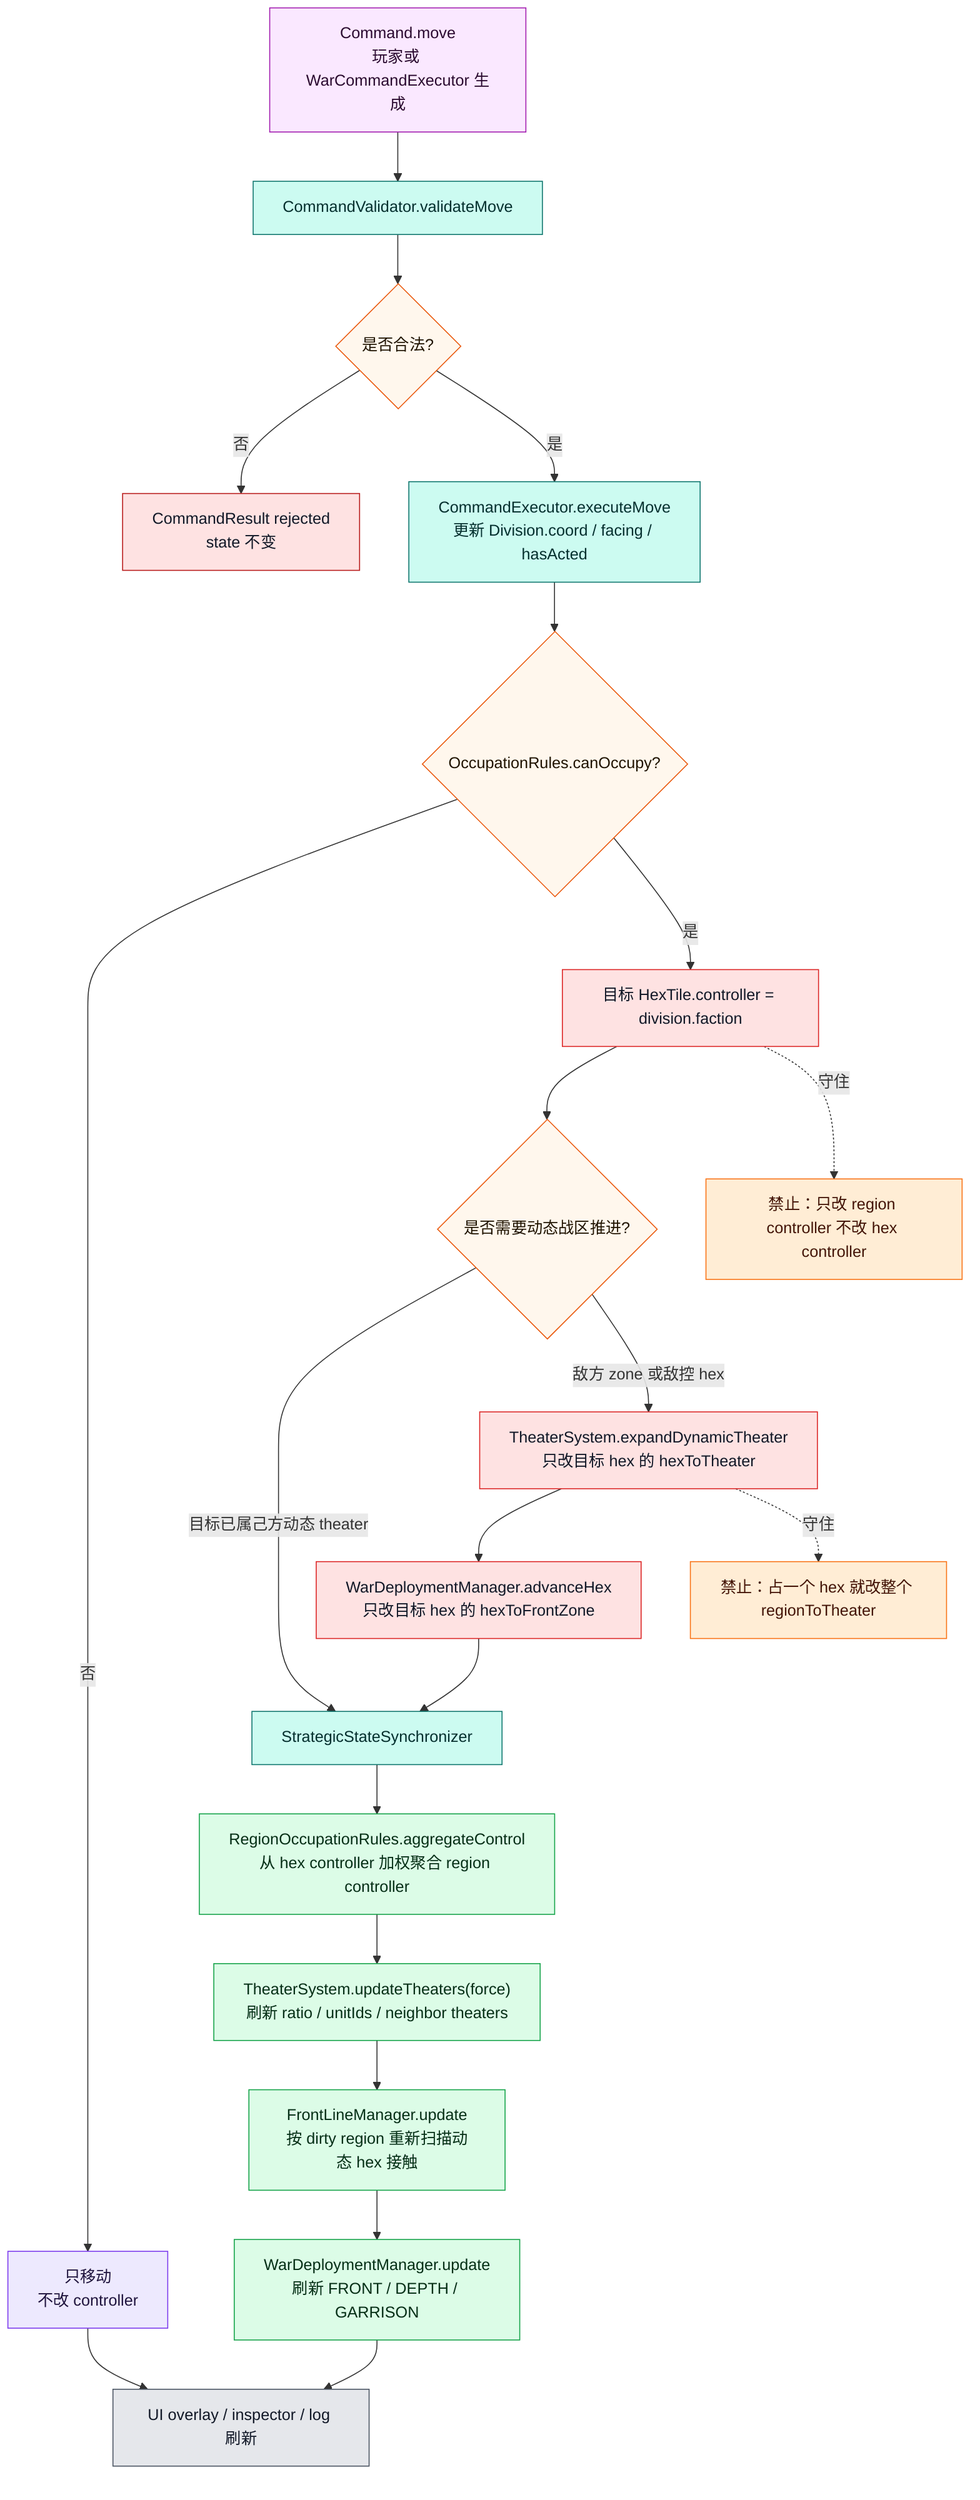
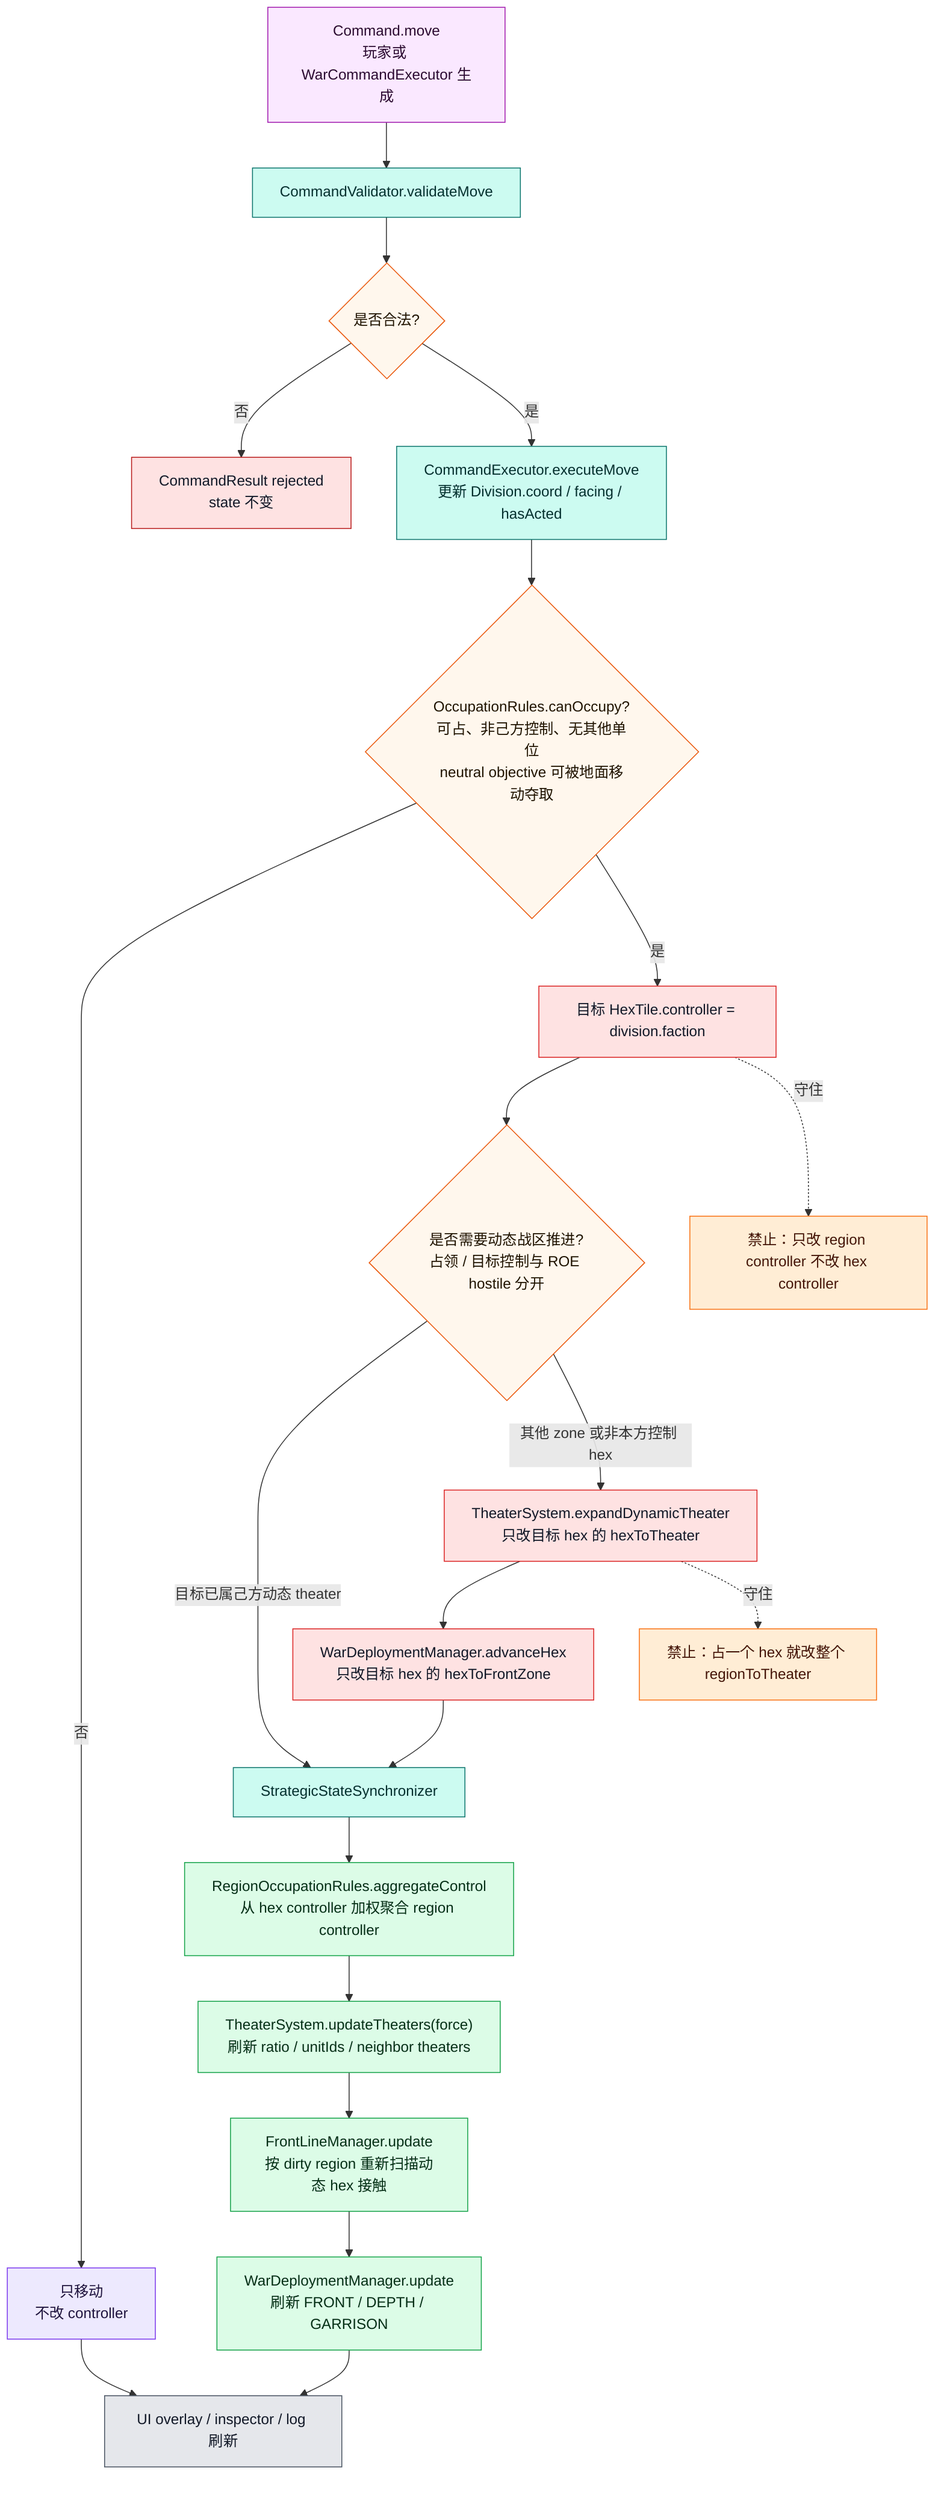
flowchart TD
    A["Command.move<br/>玩家或 WarCommandExecutor 生成"]:::command
    B["CommandValidator.validateMove"]:::rules
    C{"是否合法?"}:::decision
    R["CommandResult rejected<br/>state 不变"]:::stop
    M["CommandExecutor.executeMove<br/>更新 Division.coord / facing / hasActed"]:::rules
-     O{"OccupationRules.canOccupy?"}:::decision
+     O{"OccupationRules.canOccupy?<br/>可占、非己方控制、无其他单位<br/>neutral objective 可被地面移动夺取"}:::decision
    NO["只移动<br/>不改 controller"]:::state
    HC["目标 HexTile.controller = division.faction"]:::authority
-     SA{"是否需要动态战区推进?"}:::decision
+     SA{"是否需要动态战区推进?<br/>占领 / 目标控制与 ROE hostile 分开"}:::decision
    ET["TheaterSystem.expandDynamicTheater<br/>只改目标 hex 的 hexToTheater"]:::authority
    AF["WarDeploymentManager.advanceHex<br/>只改目标 hex 的 hexToFrontZone"]:::authority
    SS["StrategicStateSynchronizer"]:::rules
    RO["RegionOccupationRules.aggregateControl<br/>从 hex controller 加权聚合 region controller"]:::derived
    TU["TheaterSystem.updateTheaters(force)<br/>刷新 ratio / unitIds / neighbor theaters"]:::derived
    FU["FrontLineManager.update<br/>按 dirty region 重新扫描动态 hex 接触"]:::derived
    DU["WarDeploymentManager.update<br/>刷新 FRONT / DEPTH / GARRISON"]:::derived
    UI["UI overlay / inspector / log 刷新"]:::ui

    A --> B --> C
    C -->|否| R
    C -->|是| M --> O
    O -->|否| NO --> UI
    O -->|是| HC --> SA
    SA -->|目标已属己方动态 theater| SS
-     SA -->|敌方 zone 或敌控 hex| ET --> AF --> SS
+     SA -->|其他 zone 或非本方控制 hex| ET --> AF --> SS
    SS --> RO --> TU --> FU --> DU --> UI

    WARN1["禁止：占一个 hex 就改整个 regionToTheater"]:::warn
    WARN2["禁止：只改 region controller 不改 hex controller"]:::warn
    ET -.守住.-> WARN1
    HC -.守住.-> WARN2

    classDef command fill:#fae8ff,stroke:#a21caf,color:#2a0a2f
    classDef rules fill:#ccfbf1,stroke:#0f766e,color:#042f2e
    classDef decision fill:#fff7ed,stroke:#ea580c,color:#1f1300
    classDef stop fill:#fee2e2,stroke:#b91c1c,color:#111827
    classDef state fill:#ede9fe,stroke:#7c3aed,color:#1f143d
    classDef authority fill:#fee2e2,stroke:#dc2626,color:#111827
    classDef derived fill:#dcfce7,stroke:#16a34a,color:#052e16
    classDef ui fill:#e5e7eb,stroke:#4b5563,color:#111827
    classDef warn fill:#ffedd5,stroke:#f97316,color:#431407
